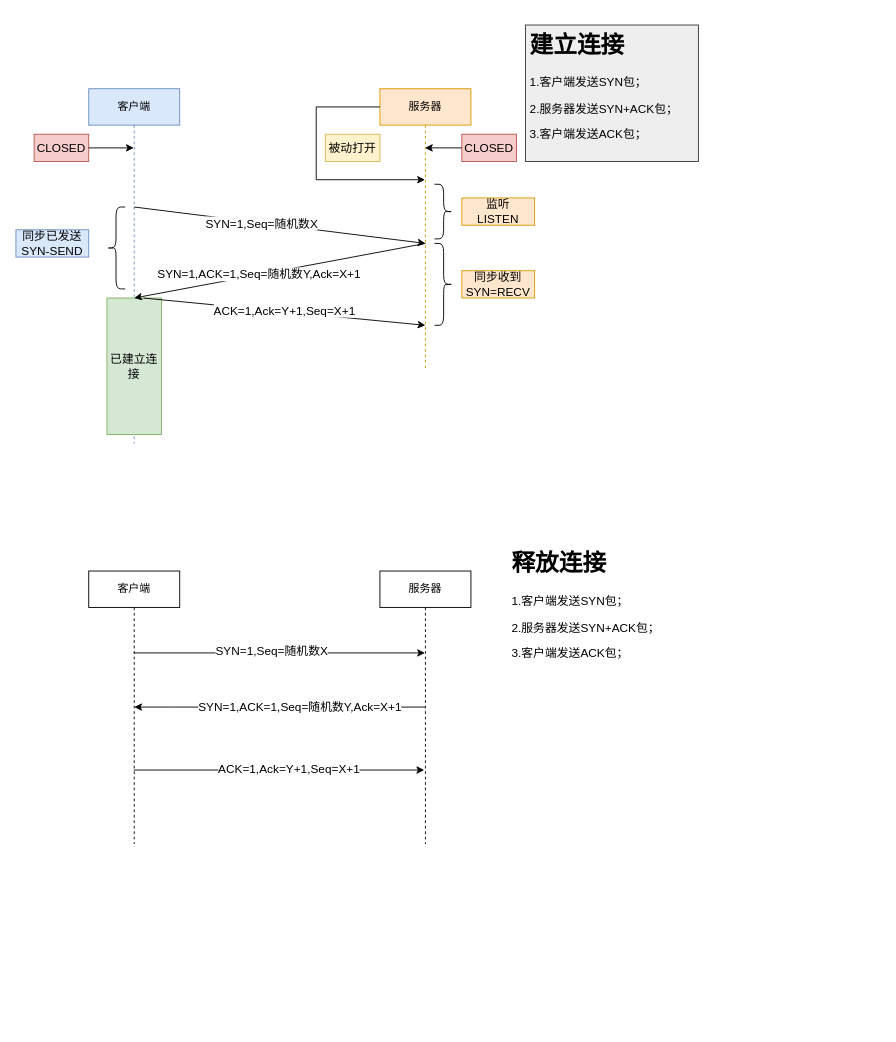
Before: Untitled Diagram.drawio in wenbojob/drawio, a draw.io diagram. Source tidied: cells renumbered, new cells numbered last; positions are measured from the earlier drawing's top-left corner, leaving out a move shared by most shapes. Both pictures are drawn from the tidied source at 91%, with x=0, y=0 at pixel (15, 25).
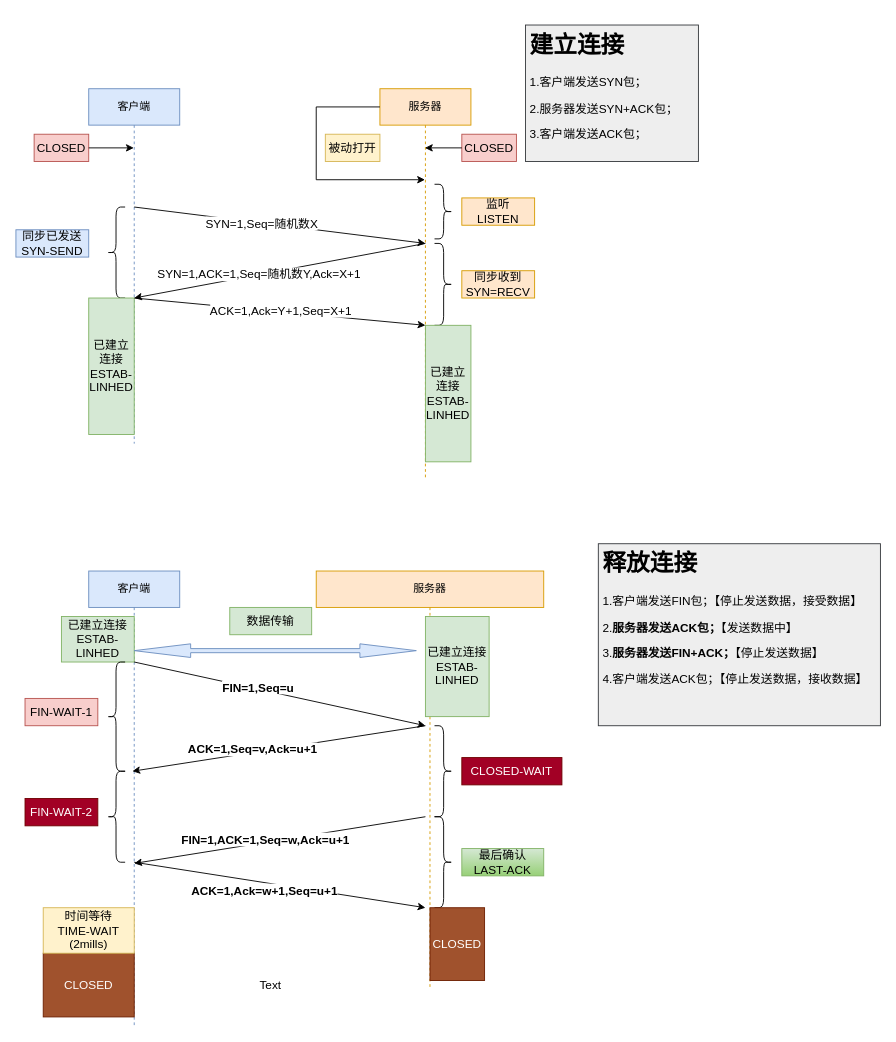
The same diagram, later.

Unchanged cells that the change refers to:
```xml
<mxCell id="2" value="客户端" style="shape=umlLifeline;perimeter=lifelinePerimeter;whiteSpace=wrap;html=1;outlineConnect=0;fillColor=#dae8fc;strokeColor=#6c8ebf;" parent="1" vertex="1">
  <mxGeometry x="80" y="70" width="100" height="390" as="geometry" />
</mxCell>
```

Diff of the diagram source:
```diff
@@
     <mxCell id="3" style="shape=curlyBracket;whiteSpace=wrap;html=1;rounded=1;fontSize=13;align=left;verticalAlign=top;" parent="2" vertex="1">
-      <mxGeometry x="20" y="130" width="20" height="90" as="geometry" />
+      <mxGeometry x="20" y="130" width="20" height="100" as="geometry" />
     </mxCell>
@@
-    <mxCell id="6" value="已建立连接" style="text;html=1;strokeColor=#82b366;fillColor=#d5e8d4;align=center;verticalAlign=middle;whiteSpace=wrap;rounded=0;fontSize=13;" parent="2" vertex="1">
-      <mxGeometry x="20" y="230" width="60" height="150" as="geometry" />
+    <mxCell id="6" value="已建立连接&lt;br&gt;ESTAB-LINHED" style="text;html=1;strokeColor=#82b366;fillColor=#d5e8d4;align=center;verticalAlign=middle;whiteSpace=wrap;rounded=0;fontSize=13;" parent="2" vertex="1">
+      <mxGeometry y="230" width="50" height="150" as="geometry" />
     </mxCell>
     <mxCell id="7" value="服务器" style="shape=umlLifeline;perimeter=lifelinePerimeter;whiteSpace=wrap;html=1;outlineConnect=0;fillColor=#ffe6cc;strokeColor=#d79b00;" parent="1" vertex="1">
-      <mxGeometry x="400" y="70" width="100" height="310" as="geometry" />
+      <mxGeometry x="400" y="70" width="100" height="430" as="geometry" />
     </mxCell>
@@
+    <mxCell id="33" value="已建立连接&lt;br&gt;ESTAB-LINHED" style="text;html=1;strokeColor=#82b366;fillColor=#d5e8d4;align=center;verticalAlign=middle;whiteSpace=wrap;rounded=0;fontSize=13;" parent="7" vertex="1">
+      <mxGeometry x="50" y="260" width="50" height="150" as="geometry" />
+    </mxCell>
@@
-    <mxCell id="11" value="客户端" style="shape=umlLifeline;perimeter=lifelinePerimeter;whiteSpace=wrap;html=1;outlineConnect=0;" parent="1" vertex="1">
-      <mxGeometry x="80" y="600" width="100" height="300" as="geometry" />
+    <mxCell id="11" value="客户端" style="shape=umlLifeline;perimeter=lifelinePerimeter;whiteSpace=wrap;html=1;outlineConnect=0;fillColor=#dae8fc;strokeColor=#6c8ebf;" parent="1" vertex="1">
+      <mxGeometry x="80" y="600" width="100" height="500" as="geometry" />
     </mxCell>
+    <mxCell id="34" value="已建立连接&lt;br&gt;ESTAB-LINHED" style="text;html=1;strokeColor=#82b366;fillColor=#d5e8d4;align=center;verticalAlign=middle;whiteSpace=wrap;rounded=0;fontSize=13;" parent="11" vertex="1">
+      <mxGeometry x="-30" y="50" width="80" height="50" as="geometry" />
+    </mxCell>
+    <mxCell id="35" style="shape=curlyBracket;whiteSpace=wrap;html=1;rounded=1;fontSize=13;fillColor=none;align=left;verticalAlign=top;" parent="11" vertex="1">
+      <mxGeometry x="20" y="220" width="20" height="100" as="geometry" />
+    </mxCell>
+    <mxCell id="36" style="shape=curlyBracket;whiteSpace=wrap;html=1;rounded=1;fontSize=13;fillColor=none;align=left;verticalAlign=top;" parent="11" vertex="1">
+      <mxGeometry x="20" y="100" width="20" height="120" as="geometry" />
+    </mxCell>
+    <mxCell id="37" value="CLOSED" style="text;html=1;strokeColor=#6D1F00;fillColor=#a0522d;align=center;verticalAlign=middle;whiteSpace=wrap;rounded=0;fontSize=13;fontColor=#ffffff;" parent="11" vertex="1">
+      <mxGeometry x="-50" y="420" width="100" height="70" as="geometry" />
+    </mxCell>
-    <mxCell id="12" value="服务器" style="shape=umlLifeline;perimeter=lifelinePerimeter;whiteSpace=wrap;html=1;outlineConnect=0;" parent="1" vertex="1">
-      <mxGeometry x="400" y="600" width="100" height="300" as="geometry" />
+    <mxCell id="12" value="服务器" style="shape=umlLifeline;perimeter=lifelinePerimeter;whiteSpace=wrap;html=1;outlineConnect=0;fillColor=#ffe6cc;strokeColor=#d79b00;" parent="1" vertex="1">
+      <mxGeometry x="330" y="600" width="250" height="460" as="geometry" />
     </mxCell>
-    <mxCell id="13" style="endArrow=classic;html=1;rounded=0;fontSize=13;" parent="12" edge="1">
-      <mxGeometry relative="1" as="geometry">
-        <mxPoint x="49.5" y="149.5" as="sourcePoint" />
-        <mxPoint x="-270" y="149.5" as="targetPoint" />
-        <Array as="points">
-          <mxPoint x="-70" y="149.5" />
-          <mxPoint x="-230" y="149.5" />
-        </Array>
-      </mxGeometry>
-    </mxCell>
-    <mxCell id="14" value="SYN=1,ACK=1,Seq=随机数Y,Ack=X+1" style="edgeLabel;html=1;align=center;verticalAlign=middle;fontSize=13;" parent="13" vertex="1">
-      <mxGeometry x="0.19" y="-1" relative="1" as="geometry">
-        <mxPoint x="52" as="offset" />
-      </mxGeometry>
-    </mxCell>
-    <mxCell id="15" style="endArrow=classic;html=1;rounded=0;" parent="1" edge="1" source="11" target="12">
-      <mxGeometry relative="1" as="geometry">
-        <Array as="points">
-          <mxPoint x="270" y="690" />
-        </Array>
-      </mxGeometry>
-    </mxCell>
-    <mxCell id="16" value="SYN=1,Seq=随机数X" style="edgeLabel;html=1;align=center;verticalAlign=middle;fontSize=13;" parent="15" vertex="1">
-      <mxGeometry x="-0.4" y="3" relative="1" as="geometry">
-        <mxPoint x="55" as="offset" />
-      </mxGeometry>
-    </mxCell>
-    <mxCell id="17" style="endArrow=classic;html=1;rounded=0;fontSize=13;entryX=0.487;entryY=0.729;entryDx=0;entryDy=0;entryPerimeter=0;" parent="1" edge="1" source="11" target="12">
-      <mxGeometry relative="1" as="geometry" />
-    </mxCell>
-    <mxCell id="18" value="ACK=1,Ack=Y+1,Seq=X+1" style="edgeLabel;html=1;align=center;verticalAlign=middle;fontSize=13;" parent="17" vertex="1">
-      <mxGeometry x="-0.24" y="2" relative="1" as="geometry">
-        <mxPoint x="49" as="offset" />
-      </mxGeometry>
-    </mxCell>
+    <mxCell id="38" value="已建立连接&lt;br&gt;ESTAB-LINHED" style="text;html=1;strokeColor=#82b366;fillColor=#d5e8d4;align=center;verticalAlign=middle;whiteSpace=wrap;rounded=0;fontSize=13;" parent="12" vertex="1">
+      <mxGeometry x="120" y="50" width="70" height="110" as="geometry" />
+    </mxCell>
+    <mxCell id="39" style="shape=curlyBracket;whiteSpace=wrap;html=1;rounded=1;flipH=1;fontSize=13;fillColor=none;align=left;verticalAlign=top;" parent="12" vertex="1">
+      <mxGeometry x="130" y="270" width="20" height="100" as="geometry" />
+    </mxCell>
+    <mxCell id="40" style="shape=curlyBracket;whiteSpace=wrap;html=1;rounded=1;flipH=1;fontSize=13;fillColor=none;align=left;verticalAlign=top;" parent="12" vertex="1">
+      <mxGeometry x="130" y="170" width="20" height="100" as="geometry" />
+    </mxCell>
+    <mxCell id="41" value="最后确认&lt;br&gt;LAST-ACK" style="text;html=1;strokeColor=#82b366;fillColor=#d5e8d4;align=center;verticalAlign=middle;whiteSpace=wrap;rounded=0;fontSize=13;gradientColor=#97d077;" parent="12" vertex="1">
+      <mxGeometry x="160" y="305" width="90" height="30" as="geometry" />
+    </mxCell>
+    <mxCell id="42" value="CLOSED-WAIT" style="text;html=1;strokeColor=#6F0000;fillColor=#a20025;align=center;verticalAlign=middle;whiteSpace=wrap;rounded=0;fontSize=13;fontColor=#ffffff;" parent="12" vertex="1">
+      <mxGeometry x="160" y="205" width="110" height="30" as="geometry" />
+    </mxCell>
+    <mxCell id="43" style="shape=doubleArrow;whiteSpace=wrap;html=1;fontSize=13;fillColor=#dae8fc;align=left;verticalAlign=top;strokeColor=#6c8ebf;" parent="12" vertex="1">
+      <mxGeometry x="-200" y="80" width="310" height="15" as="geometry" />
+    </mxCell>
+    <mxCell id="44" value="CLOSED" style="text;html=1;strokeColor=#6D1F00;fillColor=#a0522d;align=center;verticalAlign=middle;whiteSpace=wrap;rounded=0;fontSize=13;fontColor=#ffffff;" parent="12" vertex="1">
+      <mxGeometry x="125" y="370" width="60" height="80" as="geometry" />
+    </mxCell>
-    <mxCell id="19" value="&lt;h1&gt;释放连接&lt;/h1&gt;&lt;p&gt;1.客户端发送SYN包；&lt;/p&gt;&lt;p&gt;2.服务器发送SYN+ACK包；&lt;/p&gt;&lt;p&gt;3.客户端发送ACK包；&lt;/p&gt;" style="text;html=1;strokeColor=none;fillColor=none;spacing=5;spacingTop=-20;whiteSpace=wrap;overflow=hidden;rounded=0;fontSize=13;align=left;verticalAlign=top;" parent="1" vertex="1">
-      <mxGeometry x="540" y="570" width="190" height="150" as="geometry" />
+    <mxCell id="19" value="&lt;h1&gt;释放连接&lt;/h1&gt;&lt;p&gt;1.客户端发送FIN包；【停止发送数据，接受数据】&lt;/p&gt;&lt;p&gt;2.&lt;b&gt;服务器发送ACK包；&lt;/b&gt;【发送数据中】&lt;/p&gt;&lt;p&gt;3.&lt;b&gt;服务器发送FIN+ACK；&lt;/b&gt;【停止发送数据】&lt;/p&gt;&lt;p&gt;4.客户端发送ACK包；【停止发送数据，接收数据】&lt;/p&gt;" style="text;html=1;strokeColor=#36393d;fillColor=#eeeeee;spacing=5;spacingTop=-20;whiteSpace=wrap;overflow=hidden;rounded=0;fontSize=13;align=left;verticalAlign=top;" parent="1" vertex="1">
+      <mxGeometry x="640" y="570" width="310" height="200" as="geometry" />
     </mxCell>
@@
     <mxCell id="26" style="endArrow=classic;html=1;rounded=0;fontSize=13;" parent="1" edge="1">
       <mxGeometry relative="1" as="geometry">
-        <mxPoint x="140" y="300" as="sourcePoint" />
+        <mxPoint x="130" y="300" as="sourcePoint" />
         <mxPoint x="450" y="330" as="targetPoint" />
       </mxGeometry>
     </mxCell>
@@
-    <mxCell id="30" style="endArrow=classic;html=1;rounded=0;fontSize=13;entryX=0.5;entryY=0;entryDx=0;entryDy=0;" parent="1" edge="1" target="6">
+    <mxCell id="30" style="endArrow=classic;html=1;rounded=0;fontSize=13;" parent="1" edge="1">
       <mxGeometry relative="1" as="geometry">
         <mxPoint x="450" y="240" as="sourcePoint" />
+        <mxPoint x="130" y="300" as="targetPoint" />
       </mxGeometry>
     </mxCell>
@@
+    <mxCell id="45" style="endArrow=classic;html=1;rounded=0;fontSize=13;exitX=1;exitY=1;exitDx=0;exitDy=0;" parent="1" edge="1" source="34">
+      <mxGeometry relative="1" as="geometry">
+        <mxPoint x="450" y="770" as="targetPoint" />
+      </mxGeometry>
+    </mxCell>
+    <mxCell id="46" value="&lt;b&gt;FIN=1,Seq=u&lt;/b&gt;" style="edgeLabel;html=1;align=center;verticalAlign=middle;fontSize=13;" parent="45" vertex="1">
+      <mxGeometry x="-0.16" y="2" relative="1" as="geometry" />
+    </mxCell>
+    <mxCell id="47" value="数据传输" style="text;html=1;strokeColor=#82b366;fillColor=#d5e8d4;align=center;verticalAlign=middle;whiteSpace=wrap;rounded=0;fontSize=13;" parent="1" vertex="1">
+      <mxGeometry x="235" y="640" width="90" height="30" as="geometry" />
+    </mxCell>
+    <mxCell id="48" style="endArrow=classic;html=1;rounded=0;fontSize=13;entryX=0.48;entryY=0.44;entryDx=0;entryDy=0;entryPerimeter=0;" parent="1" edge="1" target="11">
+      <mxGeometry relative="1" as="geometry">
+        <mxPoint x="450" y="770" as="sourcePoint" />
+      </mxGeometry>
+    </mxCell>
+    <mxCell id="49" value="&lt;b&gt;ACK=1,Seq=v,Ack=u+1&lt;/b&gt;" style="edgeLabel;html=1;align=center;verticalAlign=middle;fontSize=13;" parent="48" vertex="1">
+      <mxGeometry x="0.18" y="-4" relative="1" as="geometry" />
+    </mxCell>
+    <mxCell id="50" style="endArrow=classic;html=1;rounded=0;fontSize=13;entryX=0.48;entryY=0.481;entryDx=0;entryDy=0;entryPerimeter=0;" parent="1" edge="1">
+      <mxGeometry relative="1" as="geometry">
+        <mxPoint x="450" y="870" as="sourcePoint" />
+        <mxPoint x="130" y="921.3" as="targetPoint" />
+      </mxGeometry>
+    </mxCell>
+    <mxCell id="51" value="&lt;b&gt;FIN=1,ACK=1,Seq=w,Ack=u+1&lt;/b&gt;" style="edgeLabel;html=1;align=center;verticalAlign=middle;fontSize=13;" parent="50" vertex="1">
+      <mxGeometry x="0.1" y="-4" relative="1" as="geometry" />
+    </mxCell>
+    <mxCell id="52" style="endArrow=classic;html=1;rounded=0;fontSize=13;" parent="1" edge="1">
+      <mxGeometry relative="1" as="geometry">
+        <mxPoint x="130" y="920" as="sourcePoint" />
+        <mxPoint x="450" y="970" as="targetPoint" />
+      </mxGeometry>
+    </mxCell>
+    <mxCell id="53" value="&lt;b&gt;ACK=1,Ack=w+1,Seq=u+1&lt;/b&gt;" style="edgeLabel;html=1;align=center;verticalAlign=middle;fontSize=13;" parent="52" vertex="1">
+      <mxGeometry x="-0.3" y="2" relative="1" as="geometry">
+        <mxPoint x="31" y="15" as="offset" />
+      </mxGeometry>
+    </mxCell>
+    <mxCell id="54" value="FIN-WAIT-1" style="text;html=1;strokeColor=#b85450;fillColor=#f8cecc;align=center;verticalAlign=middle;whiteSpace=wrap;rounded=0;fontSize=13;" parent="1" vertex="1">
+      <mxGeometry x="10" y="740" width="80" height="30" as="geometry" />
+    </mxCell>
+    <mxCell id="55" value="FIN-WAIT-2" style="text;html=1;strokeColor=#6F0000;fillColor=#a20025;align=center;verticalAlign=middle;whiteSpace=wrap;rounded=0;fontSize=13;fontColor=#ffffff;" parent="1" vertex="1">
+      <mxGeometry x="10" y="850" width="80" height="30" as="geometry" />
+    </mxCell>
+    <mxCell id="56" value="时间等待&lt;br&gt;TIME-WAIT&lt;br&gt;(2mills)" style="text;html=1;strokeColor=#d6b656;fillColor=#fff2cc;align=center;verticalAlign=middle;whiteSpace=wrap;rounded=0;fontSize=13;" parent="1" vertex="1">
+      <mxGeometry x="30" y="970" width="100" height="50" as="geometry" />
+    </mxCell>
+    <mxCell id="57" value="Text" style="text;html=1;strokeColor=none;fillColor=none;align=center;verticalAlign=middle;whiteSpace=wrap;rounded=0;fontSize=13;" parent="1" vertex="1">
+      <mxGeometry x="250" y="1040" width="60" height="30" as="geometry" />
+    </mxCell>
```
